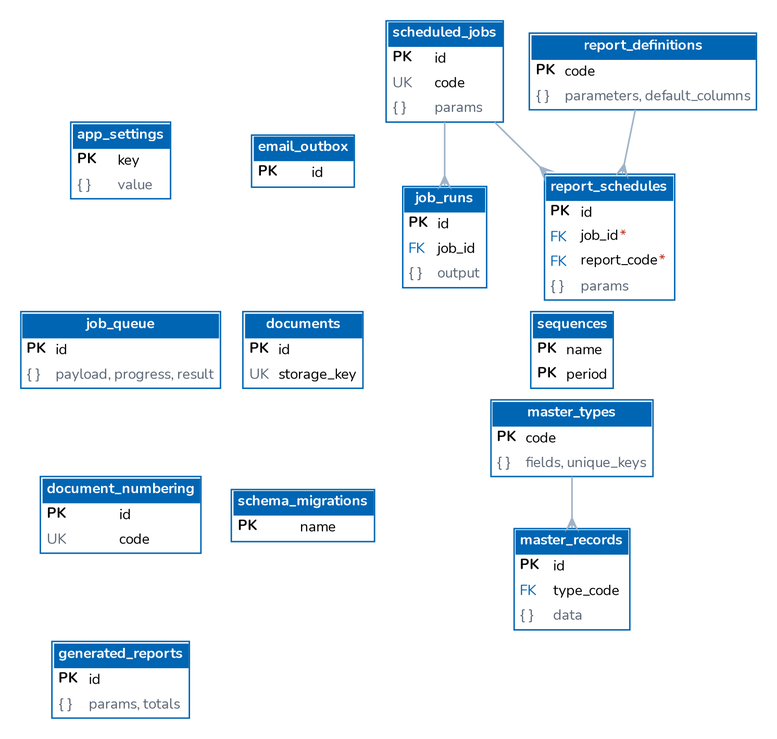
Earlier version of the Graphviz export docs/architecture/diagrams/er_platform.png (IortaTexhNXT-DEV/BDOI-OOTB). Its source is kept beside it as docs/architecture/diagrams/er_platform.dot.
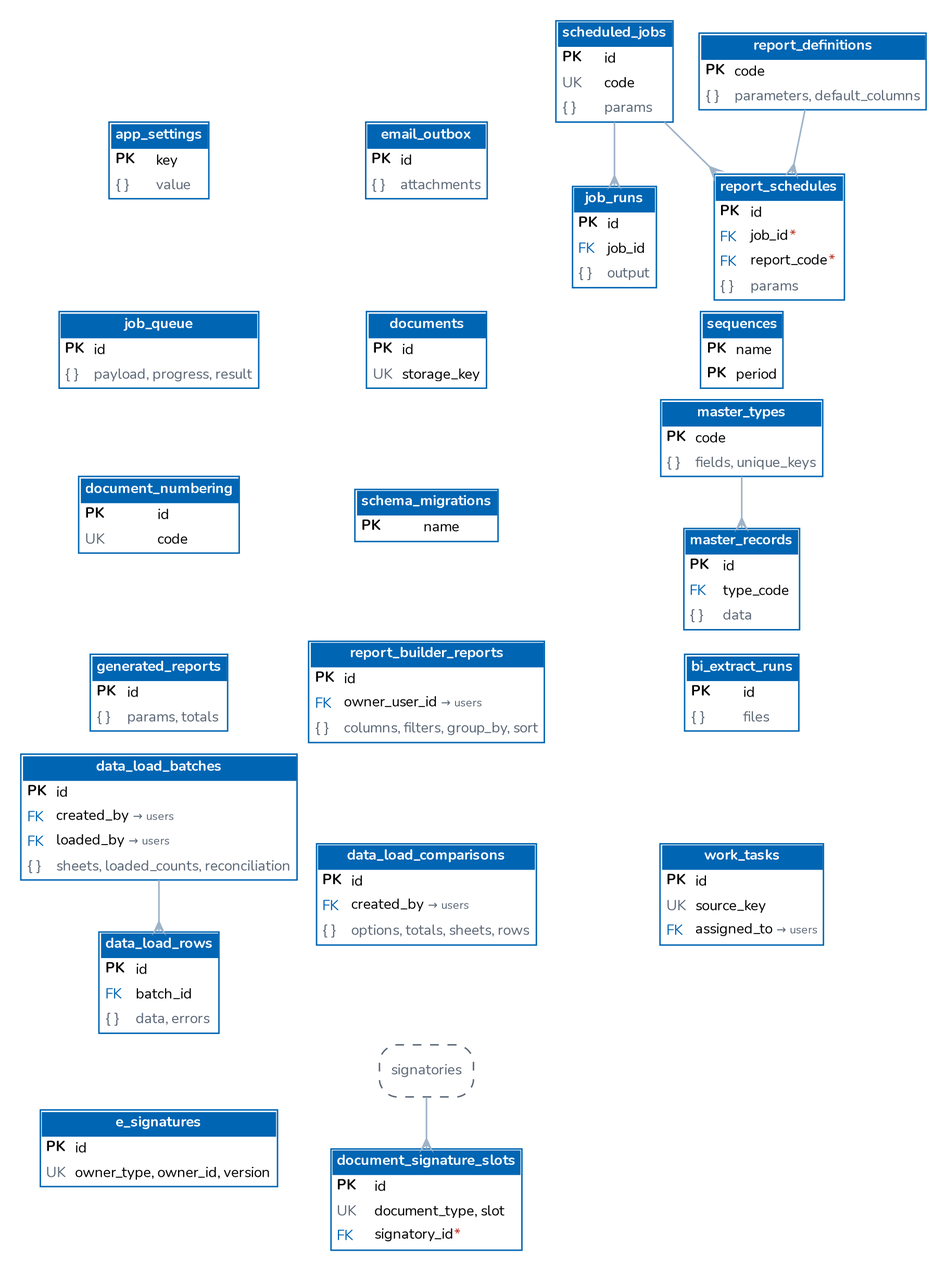
After the commit.

Diff of the diagram source:
```diff
@@ -3,7 +3,7 @@
   node [shape=plain, fontname="Nunito", fontsize=10];
   edge [color="#9FB3C8", arrowhead=crow, arrowtail=none, dir=both, arrowsize=0.7, penwidth=1.1];
   "app_settings" [label=<<table border="1" cellborder="0" cellspacing="0" cellpadding="3" color="#0065B3"><tr><td colspan="2" bgcolor="#0065B3"><font color="white"><b>app_settings</b></font></td></tr><tr><td align="left" balign="left"><b>PK</b></td><td align="left">key</td></tr><tr><td align="left"><font color="#5B6776">{ }</font></td><td align="left"><font color="#5B6776">value</font></td></tr></table>>];
-  "email_outbox" [label=<<table border="1" cellborder="0" cellspacing="0" cellpadding="3" color="#0065B3"><tr><td colspan="2" bgcolor="#0065B3"><font color="white"><b>email_outbox</b></font></td></tr><tr><td align="left" balign="left"><b>PK</b></td><td align="left">id</td></tr></table>>];
+  "email_outbox" [label=<<table border="1" cellborder="0" cellspacing="0" cellpadding="3" color="#0065B3"><tr><td colspan="2" bgcolor="#0065B3"><font color="white"><b>email_outbox</b></font></td></tr><tr><td align="left" balign="left"><b>PK</b></td><td align="left">id</td></tr><tr><td align="left"><font color="#5B6776">{ }</font></td><td align="left"><font color="#5B6776">attachments</font></td></tr></table>>];
   "scheduled_jobs" [label=<<table border="1" cellborder="0" cellspacing="0" cellpadding="3" color="#0065B3"><tr><td colspan="2" bgcolor="#0065B3"><font color="white"><b>scheduled_jobs</b></font></td></tr><tr><td align="left" balign="left"><b>PK</b></td><td align="left">id</td></tr><tr><td align="left"><font color="#5B6776">UK</font></td><td align="left">code</td></tr><tr><td align="left"><font color="#5B6776">{ }</font></td><td align="left"><font color="#5B6776">params</font></td></tr></table>>];
   "job_runs" [label=<<table border="1" cellborder="0" cellspacing="0" cellpadding="3" color="#0065B3"><tr><td colspan="2" bgcolor="#0065B3"><font color="white"><b>job_runs</b></font></td></tr><tr><td align="left" balign="left"><b>PK</b></td><td align="left">id</td></tr><tr><td align="left"><font color="#0065B3">FK</font></td><td align="left">job_id</td></tr><tr><td align="left"><font color="#5B6776">{ }</font></td><td align="left"><font color="#5B6776">output</font></td></tr></table>>];
   "job_queue" [label=<<table border="1" cellborder="0" cellspacing="0" cellpadding="3" color="#0065B3"><tr><td colspan="2" bgcolor="#0065B3"><font color="white"><b>job_queue</b></font></td></tr><tr><td align="left" balign="left"><b>PK</b></td><td align="left">id</td></tr><tr><td align="left"><font color="#5B6776">{ }</font></td><td align="left"><font color="#5B6776">payload, progress, result</font></td></tr></table>>];
@@ -16,8 +16,19 @@
   "report_definitions" [label=<<table border="1" cellborder="0" cellspacing="0" cellpadding="3" color="#0065B3"><tr><td colspan="2" bgcolor="#0065B3"><font color="white"><b>report_definitions</b></font></td></tr><tr><td align="left" balign="left"><b>PK</b></td><td align="left">code</td></tr><tr><td align="left"><font color="#5B6776">{ }</font></td><td align="left"><font color="#5B6776">parameters, default_columns</font></td></tr></table>>];
   "report_schedules" [label=<<table border="1" cellborder="0" cellspacing="0" cellpadding="3" color="#0065B3"><tr><td colspan="2" bgcolor="#0065B3"><font color="white"><b>report_schedules</b></font></td></tr><tr><td align="left" balign="left"><b>PK</b></td><td align="left">id</td></tr><tr><td align="left"><font color="#0065B3">FK</font></td><td align="left">job_id<font color="#C0392B">*</font></td></tr><tr><td align="left"><font color="#0065B3">FK</font></td><td align="left">report_code<font color="#C0392B">*</font></td></tr><tr><td align="left"><font color="#5B6776">{ }</font></td><td align="left"><font color="#5B6776">params</font></td></tr></table>>];
   "generated_reports" [label=<<table border="1" cellborder="0" cellspacing="0" cellpadding="3" color="#0065B3"><tr><td colspan="2" bgcolor="#0065B3"><font color="white"><b>generated_reports</b></font></td></tr><tr><td align="left" balign="left"><b>PK</b></td><td align="left">id</td></tr><tr><td align="left"><font color="#5B6776">{ }</font></td><td align="left"><font color="#5B6776">params, totals</font></td></tr></table>>];
+  "report_builder_reports" [label=<<table border="1" cellborder="0" cellspacing="0" cellpadding="3" color="#0065B3"><tr><td colspan="2" bgcolor="#0065B3"><font color="white"><b>report_builder_reports</b></font></td></tr><tr><td align="left" balign="left"><b>PK</b></td><td align="left">id</td></tr><tr><td align="left"><font color="#0065B3">FK</font></td><td align="left">owner_user_id <font color="#5B6776" point-size="8">&#8594; users</font></td></tr><tr><td align="left"><font color="#5B6776">{ }</font></td><td align="left"><font color="#5B6776">columns, filters, group_by, sort</font></td></tr></table>>];
+  "bi_extract_runs" [label=<<table border="1" cellborder="0" cellspacing="0" cellpadding="3" color="#0065B3"><tr><td colspan="2" bgcolor="#0065B3"><font color="white"><b>bi_extract_runs</b></font></td></tr><tr><td align="left" balign="left"><b>PK</b></td><td align="left">id</td></tr><tr><td align="left"><font color="#5B6776">{ }</font></td><td align="left"><font color="#5B6776">files</font></td></tr></table>>];
+  "data_load_batches" [label=<<table border="1" cellborder="0" cellspacing="0" cellpadding="3" color="#0065B3"><tr><td colspan="2" bgcolor="#0065B3"><font color="white"><b>data_load_batches</b></font></td></tr><tr><td align="left" balign="left"><b>PK</b></td><td align="left">id</td></tr><tr><td align="left"><font color="#0065B3">FK</font></td><td align="left">created_by <font color="#5B6776" point-size="8">&#8594; users</font></td></tr><tr><td align="left"><font color="#0065B3">FK</font></td><td align="left">loaded_by <font color="#5B6776" point-size="8">&#8594; users</font></td></tr><tr><td align="left"><font color="#5B6776">{ }</font></td><td align="left"><font color="#5B6776">sheets, loaded_counts, reconciliation</font></td></tr></table>>];
+  "data_load_rows" [label=<<table border="1" cellborder="0" cellspacing="0" cellpadding="3" color="#0065B3"><tr><td colspan="2" bgcolor="#0065B3"><font color="white"><b>data_load_rows</b></font></td></tr><tr><td align="left" balign="left"><b>PK</b></td><td align="left">id</td></tr><tr><td align="left"><font color="#0065B3">FK</font></td><td align="left">batch_id</td></tr><tr><td align="left"><font color="#5B6776">{ }</font></td><td align="left"><font color="#5B6776">data, errors</font></td></tr></table>>];
+  "data_load_comparisons" [label=<<table border="1" cellborder="0" cellspacing="0" cellpadding="3" color="#0065B3"><tr><td colspan="2" bgcolor="#0065B3"><font color="white"><b>data_load_comparisons</b></font></td></tr><tr><td align="left" balign="left"><b>PK</b></td><td align="left">id</td></tr><tr><td align="left"><font color="#0065B3">FK</font></td><td align="left">created_by <font color="#5B6776" point-size="8">&#8594; users</font></td></tr><tr><td align="left"><font color="#5B6776">{ }</font></td><td align="left"><font color="#5B6776">options, totals, sheets, rows</font></td></tr></table>>];
+  "work_tasks" [label=<<table border="1" cellborder="0" cellspacing="0" cellpadding="3" color="#0065B3"><tr><td colspan="2" bgcolor="#0065B3"><font color="white"><b>work_tasks</b></font></td></tr><tr><td align="left" balign="left"><b>PK</b></td><td align="left">id</td></tr><tr><td align="left"><font color="#5B6776">UK</font></td><td align="left">source_key</td></tr><tr><td align="left"><font color="#0065B3">FK</font></td><td align="left">assigned_to <font color="#5B6776" point-size="8">&#8594; users</font></td></tr></table>>];
+  "e_signatures" [label=<<table border="1" cellborder="0" cellspacing="0" cellpadding="3" color="#0065B3"><tr><td colspan="2" bgcolor="#0065B3"><font color="white"><b>e_signatures</b></font></td></tr><tr><td align="left" balign="left"><b>PK</b></td><td align="left">id</td></tr><tr><td align="left"><font color="#5B6776">UK</font></td><td align="left">owner_type, owner_id, version</td></tr></table>>];
+  "document_signature_slots" [label=<<table border="1" cellborder="0" cellspacing="0" cellpadding="3" color="#0065B3"><tr><td colspan="2" bgcolor="#0065B3"><font color="white"><b>document_signature_slots</b></font></td></tr><tr><td align="left" balign="left"><b>PK</b></td><td align="left">id</td></tr><tr><td align="left"><font color="#5B6776">UK</font></td><td align="left">document_type, slot</td></tr><tr><td align="left"><font color="#0065B3">FK</font></td><td align="left">signatory_id<font color="#C0392B">*</font></td></tr></table>>];
+  "signatories" [shape=box, style="rounded,dashed", color="#5B6776", fontcolor="#5B6776", label="signatories"];
+  "data_load_batches" -> "data_load_rows";
   "master_types" -> "master_records";
   "report_definitions" -> "report_schedules";
   "scheduled_jobs" -> "job_runs";
   "scheduled_jobs" -> "report_schedules";
+  "signatories" -> "document_signature_slots";
 }
```
